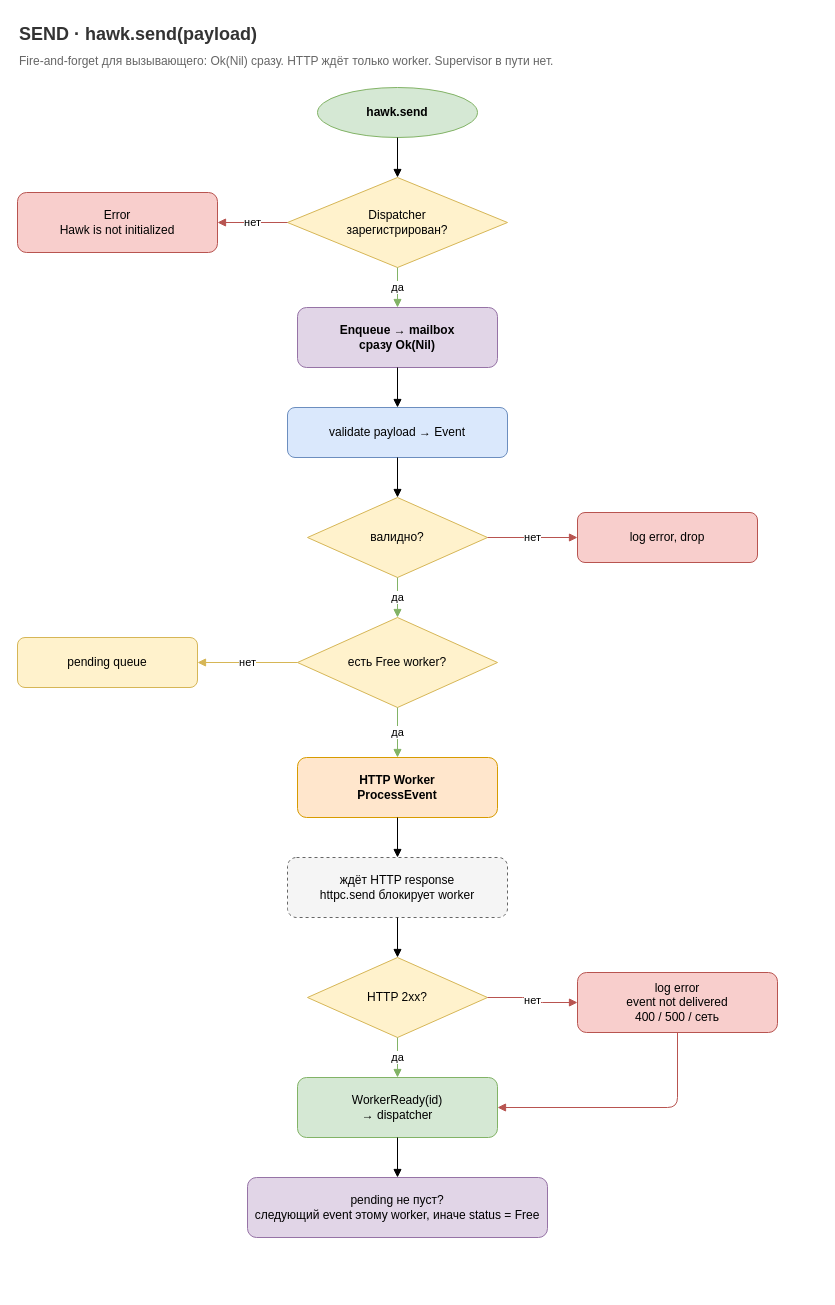
This is docs/hawk_send.drawio from Dobrunia/hawk.gleam, a draw.io file, before an edit. Source tidied: cells renumbered, new cells numbered last; positions are measured from the earlier drawing's top-left corner, leaving out a move shared by most shapes. Both pictures are drawn from the tidied source at 100%, with x=0, y=0 at pixel (17, 17).
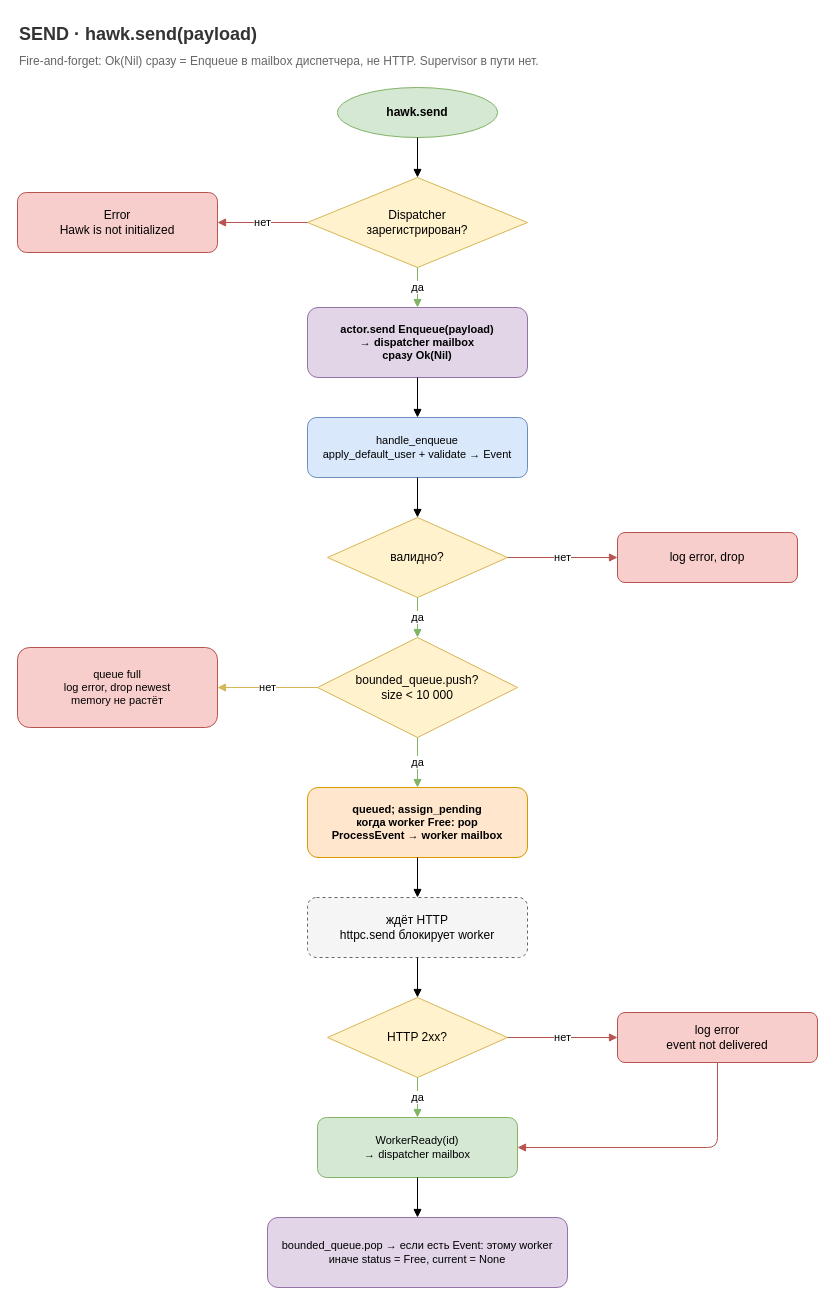
Above is the later version.

Change to the diagram source:
```diff
@@
-    <mxCell id="3" value="Fire-and-forget для вызывающего: Ok(Nil) сразу. HTTP ждёт только worker. Supervisor в пути нет." style="text;html=1;strokeColor=none;fillColor=none;align=left;fontSize=12;fontColor=#666666;" parent="1" vertex="1">
-      <mxGeometry y="30" width="720" height="20" as="geometry" />
+    <mxCell id="3" value="Fire-and-forget: Ok(Nil) сразу = Enqueue в mailbox диспетчера, не HTTP. Supervisor в пути нет." style="text;html=1;strokeColor=none;fillColor=none;align=left;fontSize=12;fontColor=#666666;" parent="1" vertex="1">
+      <mxGeometry y="30" width="800" height="20" as="geometry" />
     </mxCell>
     <mxCell id="4" value="hawk.send" style="ellipse;whiteSpace=wrap;html=1;fillColor=#d5e8d4;strokeColor=#82b366;fontStyle=1;" parent="1" vertex="1">
-      <mxGeometry x="300" y="70" width="160" height="50" as="geometry" />
+      <mxGeometry x="320" y="70" width="160" height="50" as="geometry" />
     </mxCell>
     <mxCell id="5" value="Dispatcher&#10;зарегистрирован?" style="rhombus;whiteSpace=wrap;html=1;fillColor=#fff2cc;strokeColor=#d6b656;" parent="1" vertex="1">
-      <mxGeometry x="270" y="160" width="220" height="90" as="geometry" />
+      <mxGeometry x="290" y="160" width="220" height="90" as="geometry" />
     </mxCell>
@@
-    <mxCell id="7" value="Enqueue → mailbox&#10;сразу Ok(Nil)" style="rounded=1;whiteSpace=wrap;html=1;fillColor=#e1d5e7;strokeColor=#9673a6;fontStyle=1;" parent="1" vertex="1">
-      <mxGeometry x="280" y="290" width="200" height="60" as="geometry" />
+    <mxCell id="7" value="actor.send Enqueue(payload)&#10;→ dispatcher mailbox&#10;сразу Ok(Nil)" style="rounded=1;whiteSpace=wrap;html=1;fillColor=#e1d5e7;strokeColor=#9673a6;fontStyle=1;fontSize=11;" parent="1" vertex="1">
+      <mxGeometry x="290" y="290" width="220" height="70" as="geometry" />
     </mxCell>
-    <mxCell id="8" value="validate payload → Event" style="rounded=1;whiteSpace=wrap;html=1;fillColor=#dae8fc;strokeColor=#6c8ebf;" parent="1" vertex="1">
-      <mxGeometry x="270" y="390" width="220" height="50" as="geometry" />
+    <mxCell id="8" value="handle_enqueue&#10;apply_default_user + validate → Event" style="rounded=1;whiteSpace=wrap;html=1;fillColor=#dae8fc;strokeColor=#6c8ebf;fontSize=11;" parent="1" vertex="1">
+      <mxGeometry x="290" y="400" width="220" height="60" as="geometry" />
     </mxCell>
     <mxCell id="9" value="валидно?" style="rhombus;whiteSpace=wrap;html=1;fillColor=#fff2cc;strokeColor=#d6b656;" parent="1" vertex="1">
-      <mxGeometry x="290" y="480" width="180" height="80" as="geometry" />
+      <mxGeometry x="310" y="500" width="180" height="80" as="geometry" />
     </mxCell>
     <mxCell id="10" value="log error, drop" style="rounded=1;whiteSpace=wrap;html=1;fillColor=#f8cecc;strokeColor=#b85450;" parent="1" vertex="1">
-      <mxGeometry x="560" y="495" width="180" height="50" as="geometry" />
+      <mxGeometry x="600" y="515" width="180" height="50" as="geometry" />
     </mxCell>
-    <mxCell id="11" value="есть Free worker?" style="rhombus;whiteSpace=wrap;html=1;fillColor=#fff2cc;strokeColor=#d6b656;" parent="1" vertex="1">
-      <mxGeometry x="280" y="600" width="200" height="90" as="geometry" />
+    <mxCell id="11" value="bounded_queue.push?&#10;size &lt; 10 000" style="rhombus;whiteSpace=wrap;html=1;fillColor=#fff2cc;strokeColor=#d6b656;" parent="1" vertex="1">
+      <mxGeometry x="300" y="620" width="200" height="100" as="geometry" />
     </mxCell>
-    <mxCell id="12" value="pending queue" style="rounded=1;whiteSpace=wrap;html=1;fillColor=#fff2cc;strokeColor=#d6b656;" parent="1" vertex="1">
-      <mxGeometry y="620" width="180" height="50" as="geometry" />
+    <mxCell id="12" value="queue full&#10;log error, drop newest&#10;memory не растёт" style="rounded=1;whiteSpace=wrap;html=1;fillColor=#f8cecc;strokeColor=#b85450;fontSize=11;" parent="1" vertex="1">
+      <mxGeometry y="630" width="200" height="80" as="geometry" />
     </mxCell>
-    <mxCell id="13" value="HTTP Worker&#10;ProcessEvent" style="rounded=1;whiteSpace=wrap;html=1;fillColor=#ffe6cc;strokeColor=#d79b00;fontStyle=1;" parent="1" vertex="1">
-      <mxGeometry x="280" y="740" width="200" height="60" as="geometry" />
+    <mxCell id="13" value="queued; assign_pending&#10;когда worker Free: pop&#10;ProcessEvent → worker mailbox" style="rounded=1;whiteSpace=wrap;html=1;fillColor=#ffe6cc;strokeColor=#d79b00;fontStyle=1;fontSize=11;" parent="1" vertex="1">
+      <mxGeometry x="290" y="770" width="220" height="70" as="geometry" />
     </mxCell>
-    <mxCell id="14" value="ждёт HTTP response&#10;httpc.send блокирует worker" style="rounded=1;whiteSpace=wrap;html=1;fillColor=#f5f5f5;strokeColor=#666666;dashed=1;" parent="1" vertex="1">
-      <mxGeometry x="270" y="840" width="220" height="60" as="geometry" />
+    <mxCell id="14" value="ждёт HTTP&#10;httpc.send блокирует worker" style="rounded=1;whiteSpace=wrap;html=1;fillColor=#f5f5f5;strokeColor=#666666;dashed=1;" parent="1" vertex="1">
+      <mxGeometry x="290" y="880" width="220" height="60" as="geometry" />
     </mxCell>
     <mxCell id="15" value="HTTP 2xx?" style="rhombus;whiteSpace=wrap;html=1;fillColor=#fff2cc;strokeColor=#d6b656;" parent="1" vertex="1">
-      <mxGeometry x="290" y="940" width="180" height="80" as="geometry" />
+      <mxGeometry x="310" y="980" width="180" height="80" as="geometry" />
     </mxCell>
-    <mxCell id="16" value="log error&#10;event not delivered&#10;400 / 500 / сеть" style="rounded=1;whiteSpace=wrap;html=1;fillColor=#f8cecc;strokeColor=#b85450;" parent="1" vertex="1">
-      <mxGeometry x="560" y="955" width="200" height="60" as="geometry" />
+    <mxCell id="16" value="log error&#10;event not delivered" style="rounded=1;whiteSpace=wrap;html=1;fillColor=#f8cecc;strokeColor=#b85450;" parent="1" vertex="1">
+      <mxGeometry x="600" y="995" width="200" height="50" as="geometry" />
     </mxCell>
-    <mxCell id="17" value="WorkerReady(id)&#10;→ dispatcher" style="rounded=1;whiteSpace=wrap;html=1;fillColor=#d5e8d4;strokeColor=#82b366;" parent="1" vertex="1">
-      <mxGeometry x="280" y="1060" width="200" height="60" as="geometry" />
+    <mxCell id="17" value="WorkerReady(id)&#10;→ dispatcher mailbox" style="rounded=1;whiteSpace=wrap;html=1;fillColor=#d5e8d4;strokeColor=#82b366;fontSize=11;" parent="1" vertex="1">
+      <mxGeometry x="300" y="1100" width="200" height="60" as="geometry" />
     </mxCell>
-    <mxCell id="18" value="pending не пуст?&#10;следующий event этому worker, иначе status = Free" style="rounded=1;whiteSpace=wrap;html=1;fillColor=#e1d5e7;strokeColor=#9673a6;" parent="1" vertex="1">
-      <mxGeometry x="230" y="1160" width="300" height="60" as="geometry" />
+    <mxCell id="18" value="bounded_queue.pop → если есть Event: этому worker&#10;иначе status = Free, current = None" style="rounded=1;whiteSpace=wrap;html=1;fillColor=#e1d5e7;strokeColor=#9673a6;fontSize=11;" parent="1" vertex="1">
+      <mxGeometry x="250" y="1200" width="300" height="70" as="geometry" />
     </mxCell>
```
